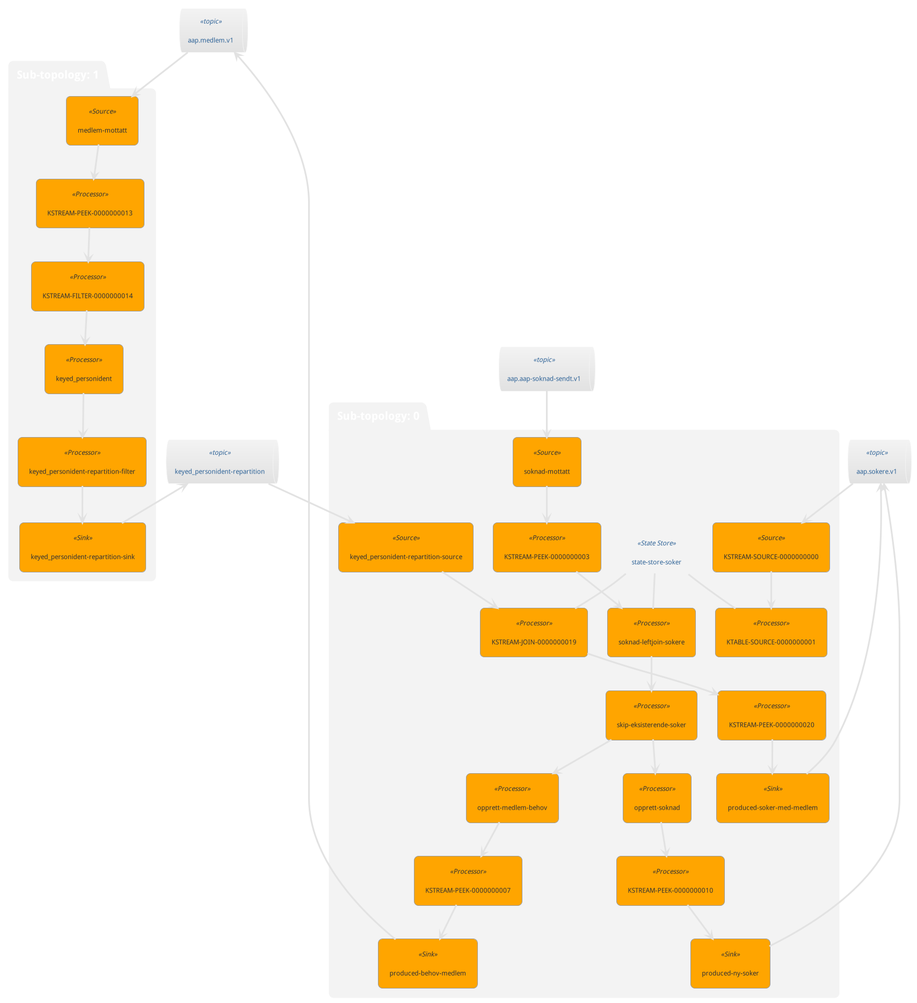
This is doc/topology.png from navikt/aap-vedtak, a PlantUML export, as it was before one commit.
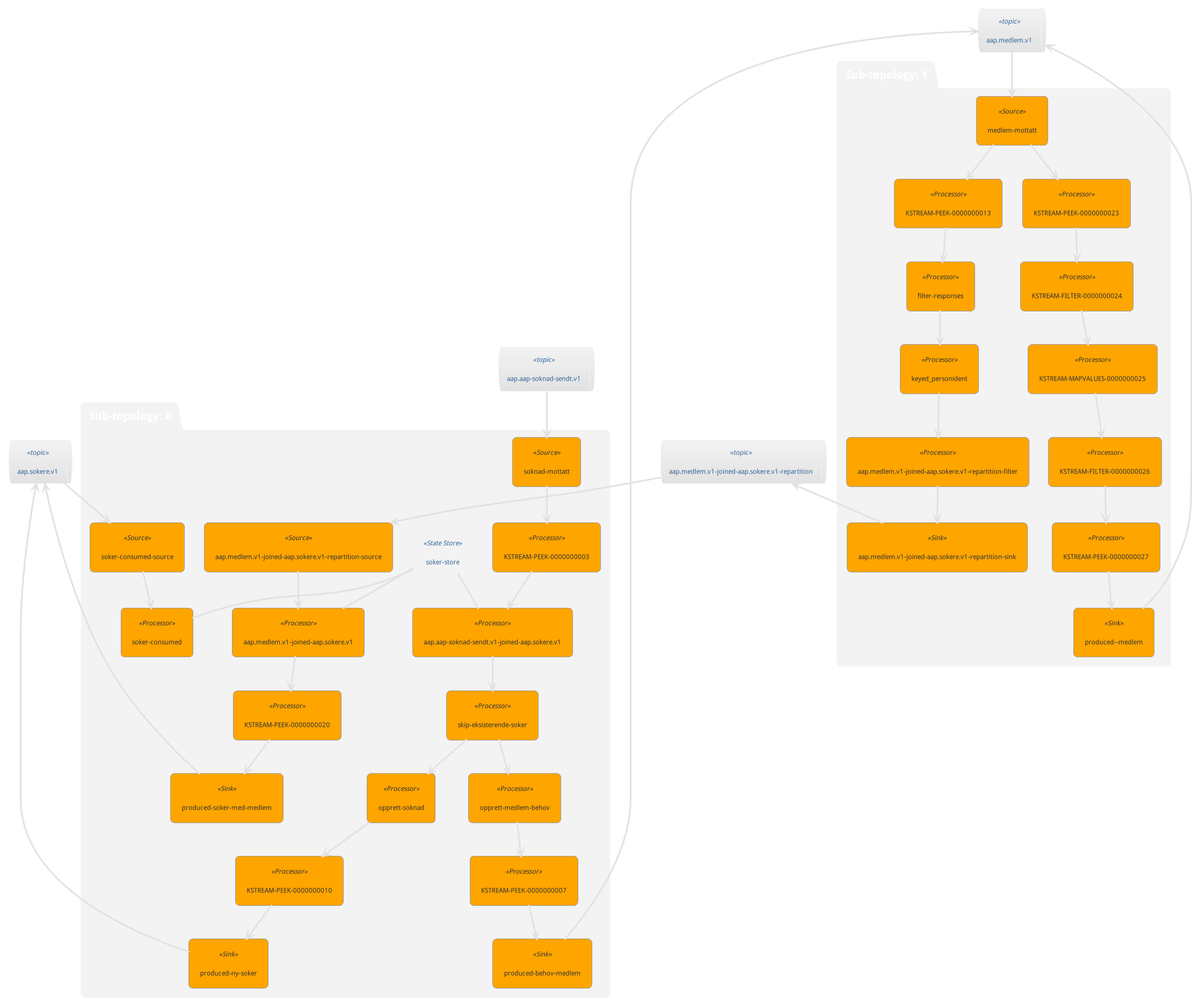
Later version of the same file.

What changed in the source:
```diff
@@ -3,61 +3,74 @@
 queue "aap.medlem.v1" <<topic>> as aap_medlem_v1
 queue "aap.sokere.v1" <<topic>> as aap_sokere_v1
 queue "aap.aap-soknad-sendt.v1" <<topic>> as aap_aap_soknad_sendt_v1
-queue "keyed_personident-repartition" <<topic>> as keyed_personident_repartition
+queue "aap.medlem.v1-joined-aap.sokere.v1-repartition" <<topic>> as aap_medlem_v1_joined_aap_sokere_v1_repartition
 package "Sub-topology: 0" {
-	database "state-store-soker" <<State Store>> as state_store_soker
+	database "soker-store" <<State Store>> as soker_store
 	agent "soknad-mottatt" <<Source>> as soknad_mottatt
 	agent "KSTREAM-PEEK-0000000003" <<Processor>> as KSTREAM_PEEK_0000000003
-	agent "soknad-leftjoin-sokere" <<Processor>> as soknad_leftjoin_sokere
+	agent "aap.aap-soknad-sendt.v1-joined-aap.sokere.v1" <<Processor>> as aap_aap_soknad_sendt_v1_joined_aap_sokere_v1
 	agent "skip-eksisterende-soker" <<Processor>> as skip_eksisterende_soker
-	agent "keyed_personident-repartition-source" <<Source>> as keyed_personident_repartition_source
-	agent "KSTREAM-JOIN-0000000019" <<Processor>> as KSTREAM_JOIN_0000000019
+	agent "aap.medlem.v1-joined-aap.sokere.v1-repartition-source" <<Source>> as aap_medlem_v1_joined_aap_sokere_v1_repartition_source
+	agent "aap.medlem.v1-joined-aap.sokere.v1" <<Processor>> as aap_medlem_v1_joined_aap_sokere_v1
 	agent "opprett-medlem-behov" <<Processor>> as opprett_medlem_behov
 	agent "opprett-soknad" <<Processor>> as opprett_soknad
 	agent "KSTREAM-PEEK-0000000007" <<Processor>> as KSTREAM_PEEK_0000000007
 	agent "KSTREAM-PEEK-0000000010" <<Processor>> as KSTREAM_PEEK_0000000010
 	agent "KSTREAM-PEEK-0000000020" <<Processor>> as KSTREAM_PEEK_0000000020
-	agent "KSTREAM-SOURCE-0000000000" <<Source>> as KSTREAM_SOURCE_0000000000
-	agent "KTABLE-SOURCE-0000000001" <<Processor>> as KTABLE_SOURCE_0000000001
+	agent "soker-consumed-source" <<Source>> as soker_consumed_source
 	agent "produced-behov-medlem" <<Sink>> as produced_behov_medlem
 	agent "produced-ny-soker" <<Sink>> as produced_ny_soker
 	agent "produced-soker-med-medlem" <<Sink>> as produced_soker_med_medlem
+	agent "soker-consumed" <<Processor>> as soker_consumed
 	aap_aap_soknad_sendt_v1 --> soknad_mottatt
-	state_store_soker -- soknad_leftjoin_sokere
-	keyed_personident_repartition --> keyed_personident_repartition_source
-	state_store_soker -- KSTREAM_JOIN_0000000019
-	aap_sokere_v1 --> KSTREAM_SOURCE_0000000000
-	state_store_soker -- KTABLE_SOURCE_0000000001
+	soker_store -- aap_aap_soknad_sendt_v1_joined_aap_sokere_v1
+	aap_medlem_v1_joined_aap_sokere_v1_repartition --> aap_medlem_v1_joined_aap_sokere_v1_repartition_source
+	soker_store -- aap_medlem_v1_joined_aap_sokere_v1
+	aap_sokere_v1 --> soker_consumed_source
 	aap_medlem_v1 <-- produced_behov_medlem
 	aap_sokere_v1 <-- produced_ny_soker
 	aap_sokere_v1 <-- produced_soker_med_medlem
+	soker_store -- soker_consumed
 	soknad_mottatt --> KSTREAM_PEEK_0000000003
-	KSTREAM_PEEK_0000000003 --> soknad_leftjoin_sokere
-	soknad_leftjoin_sokere --> skip_eksisterende_soker
+	KSTREAM_PEEK_0000000003 --> aap_aap_soknad_sendt_v1_joined_aap_sokere_v1
+	aap_aap_soknad_sendt_v1_joined_aap_sokere_v1 --> skip_eksisterende_soker
 	skip_eksisterende_soker --> opprett_medlem_behov
 	skip_eksisterende_soker --> opprett_soknad
-	keyed_personident_repartition_source --> KSTREAM_JOIN_0000000019
-	KSTREAM_JOIN_0000000019 --> KSTREAM_PEEK_0000000020
+	aap_medlem_v1_joined_aap_sokere_v1_repartition_source --> aap_medlem_v1_joined_aap_sokere_v1
+	aap_medlem_v1_joined_aap_sokere_v1 --> KSTREAM_PEEK_0000000020
 	opprett_medlem_behov --> KSTREAM_PEEK_0000000007
 	opprett_soknad --> KSTREAM_PEEK_0000000010
 	KSTREAM_PEEK_0000000007 --> produced_behov_medlem
 	KSTREAM_PEEK_0000000010 --> produced_ny_soker
 	KSTREAM_PEEK_0000000020 --> produced_soker_med_medlem
-	KSTREAM_SOURCE_0000000000 --> KTABLE_SOURCE_0000000001
+	soker_consumed_source --> soker_consumed
 }
 package "Sub-topology: 1" {
 	agent "medlem-mottatt" <<Source>> as medlem_mottatt
+	agent "KSTREAM-PEEK-0000000023" <<Processor>> as KSTREAM_PEEK_0000000023
+	agent "KSTREAM-FILTER-0000000024" <<Processor>> as KSTREAM_FILTER_0000000024
 	agent "KSTREAM-PEEK-0000000013" <<Processor>> as KSTREAM_PEEK_0000000013
-	agent "KSTREAM-FILTER-0000000014" <<Processor>> as KSTREAM_FILTER_0000000014
+	agent "KSTREAM-MAPVALUES-0000000025" <<Processor>> as KSTREAM_MAPVALUES_0000000025
+	agent "filter-responses" <<Processor>> as filter_responses
+	agent "KSTREAM-FILTER-0000000026" <<Processor>> as KSTREAM_FILTER_0000000026
 	agent "keyed_personident" <<Processor>> as keyed_personident
-	agent "keyed_personident-repartition-filter" <<Processor>> as keyed_personident_repartition_filter
-	agent "keyed_personident-repartition-sink" <<Sink>> as keyed_personident_repartition_sink
+	agent "KSTREAM-PEEK-0000000027" <<Processor>> as KSTREAM_PEEK_0000000027
+	agent "aap.medlem.v1-joined-aap.sokere.v1-repartition-filter" <<Processor>> as aap_medlem_v1_joined_aap_sokere_v1_repartition_filter
+	agent "aap.medlem.v1-joined-aap.sokere.v1-repartition-sink" <<Sink>> as aap_medlem_v1_joined_aap_sokere_v1_repartition_sink
+	agent "produced--medlem" <<Sink>> as produced__medlem
 	aap_medlem_v1 --> medlem_mottatt
-	keyed_personident_repartition <-- keyed_personident_repartition_sink
+	aap_medlem_v1_joined_aap_sokere_v1_repartition <-- aap_medlem_v1_joined_aap_sokere_v1_repartition_sink
+	aap_medlem_v1 <-- produced__medlem
 	medlem_mottatt --> KSTREAM_PEEK_0000000013
-	KSTREAM_PEEK_0000000013 --> KSTREAM_FILTER_0000000014
-	KSTREAM_FILTER_0000000014 --> keyed_personident
-	keyed_personident --> keyed_personident_repartition_filter
-	keyed_personident_repartition_filter --> keyed_personident_repartition_sink
+	medlem_mottatt --> KSTREAM_PEEK_0000000023
+	KSTREAM_PEEK_0000000023 --> KSTREAM_FILTER_0000000024
+	KSTREAM_FILTER_0000000024 --> KSTREAM_MAPVALUES_0000000025
+	KSTREAM_PEEK_0000000013 --> filter_responses
+	KSTREAM_MAPVALUES_0000000025 --> KSTREAM_FILTER_0000000026
+	filter_responses --> keyed_personident
+	KSTREAM_FILTER_0000000026 --> KSTREAM_PEEK_0000000027
+	keyed_personident --> aap_medlem_v1_joined_aap_sokere_v1_repartition_filter
+	KSTREAM_PEEK_0000000027 --> produced__medlem
+	aap_medlem_v1_joined_aap_sokere_v1_repartition_filter --> aap_medlem_v1_joined_aap_sokere_v1_repartition_sink
 }
 @enduml
```
